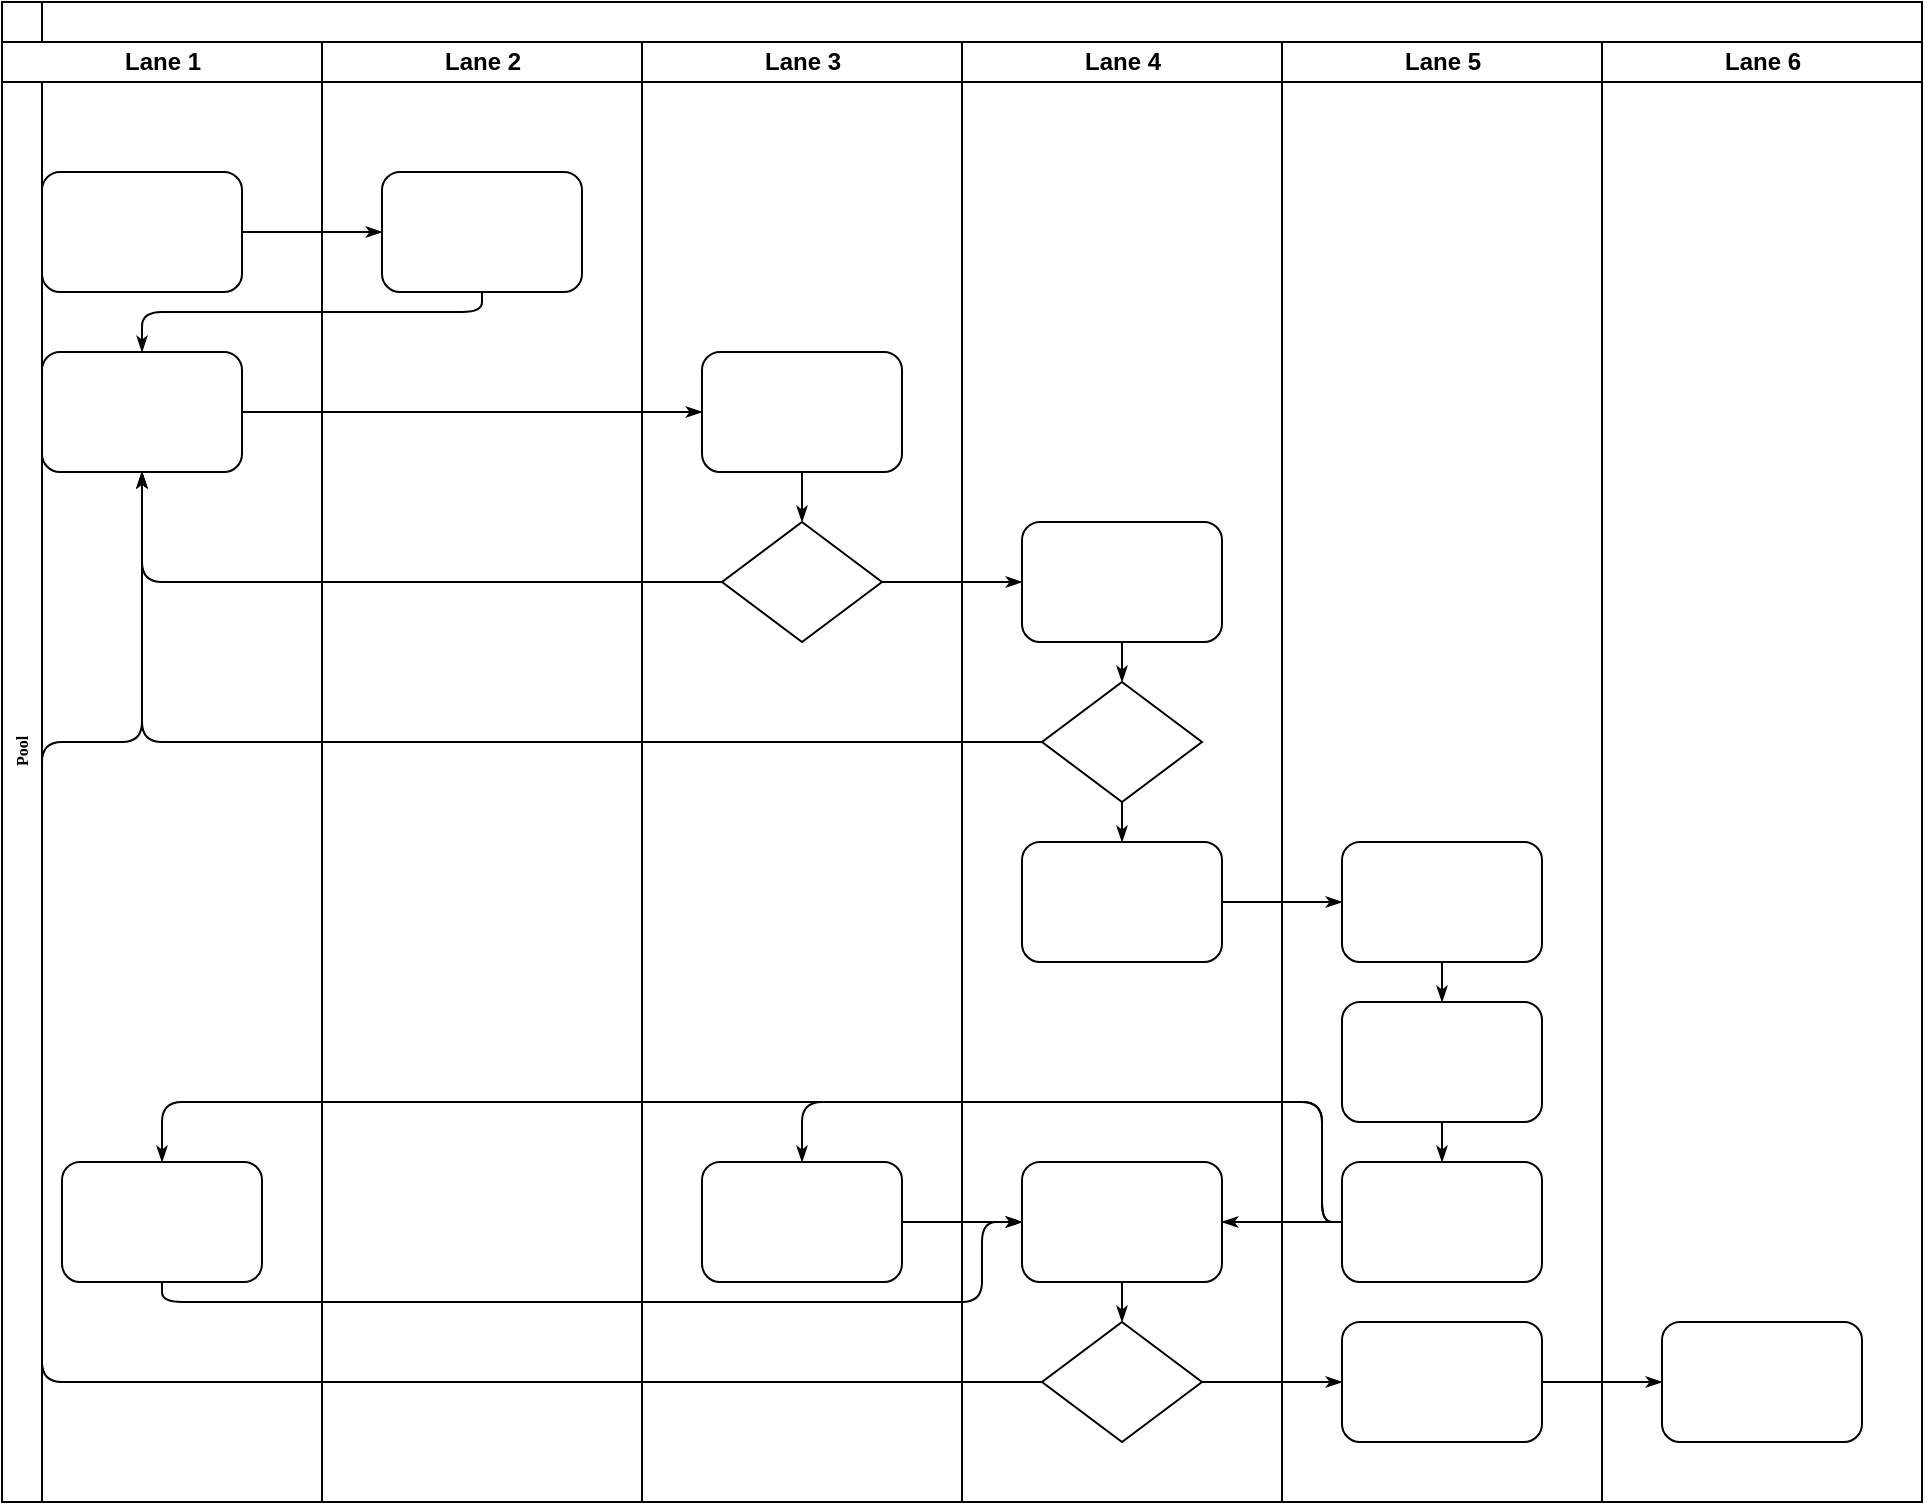
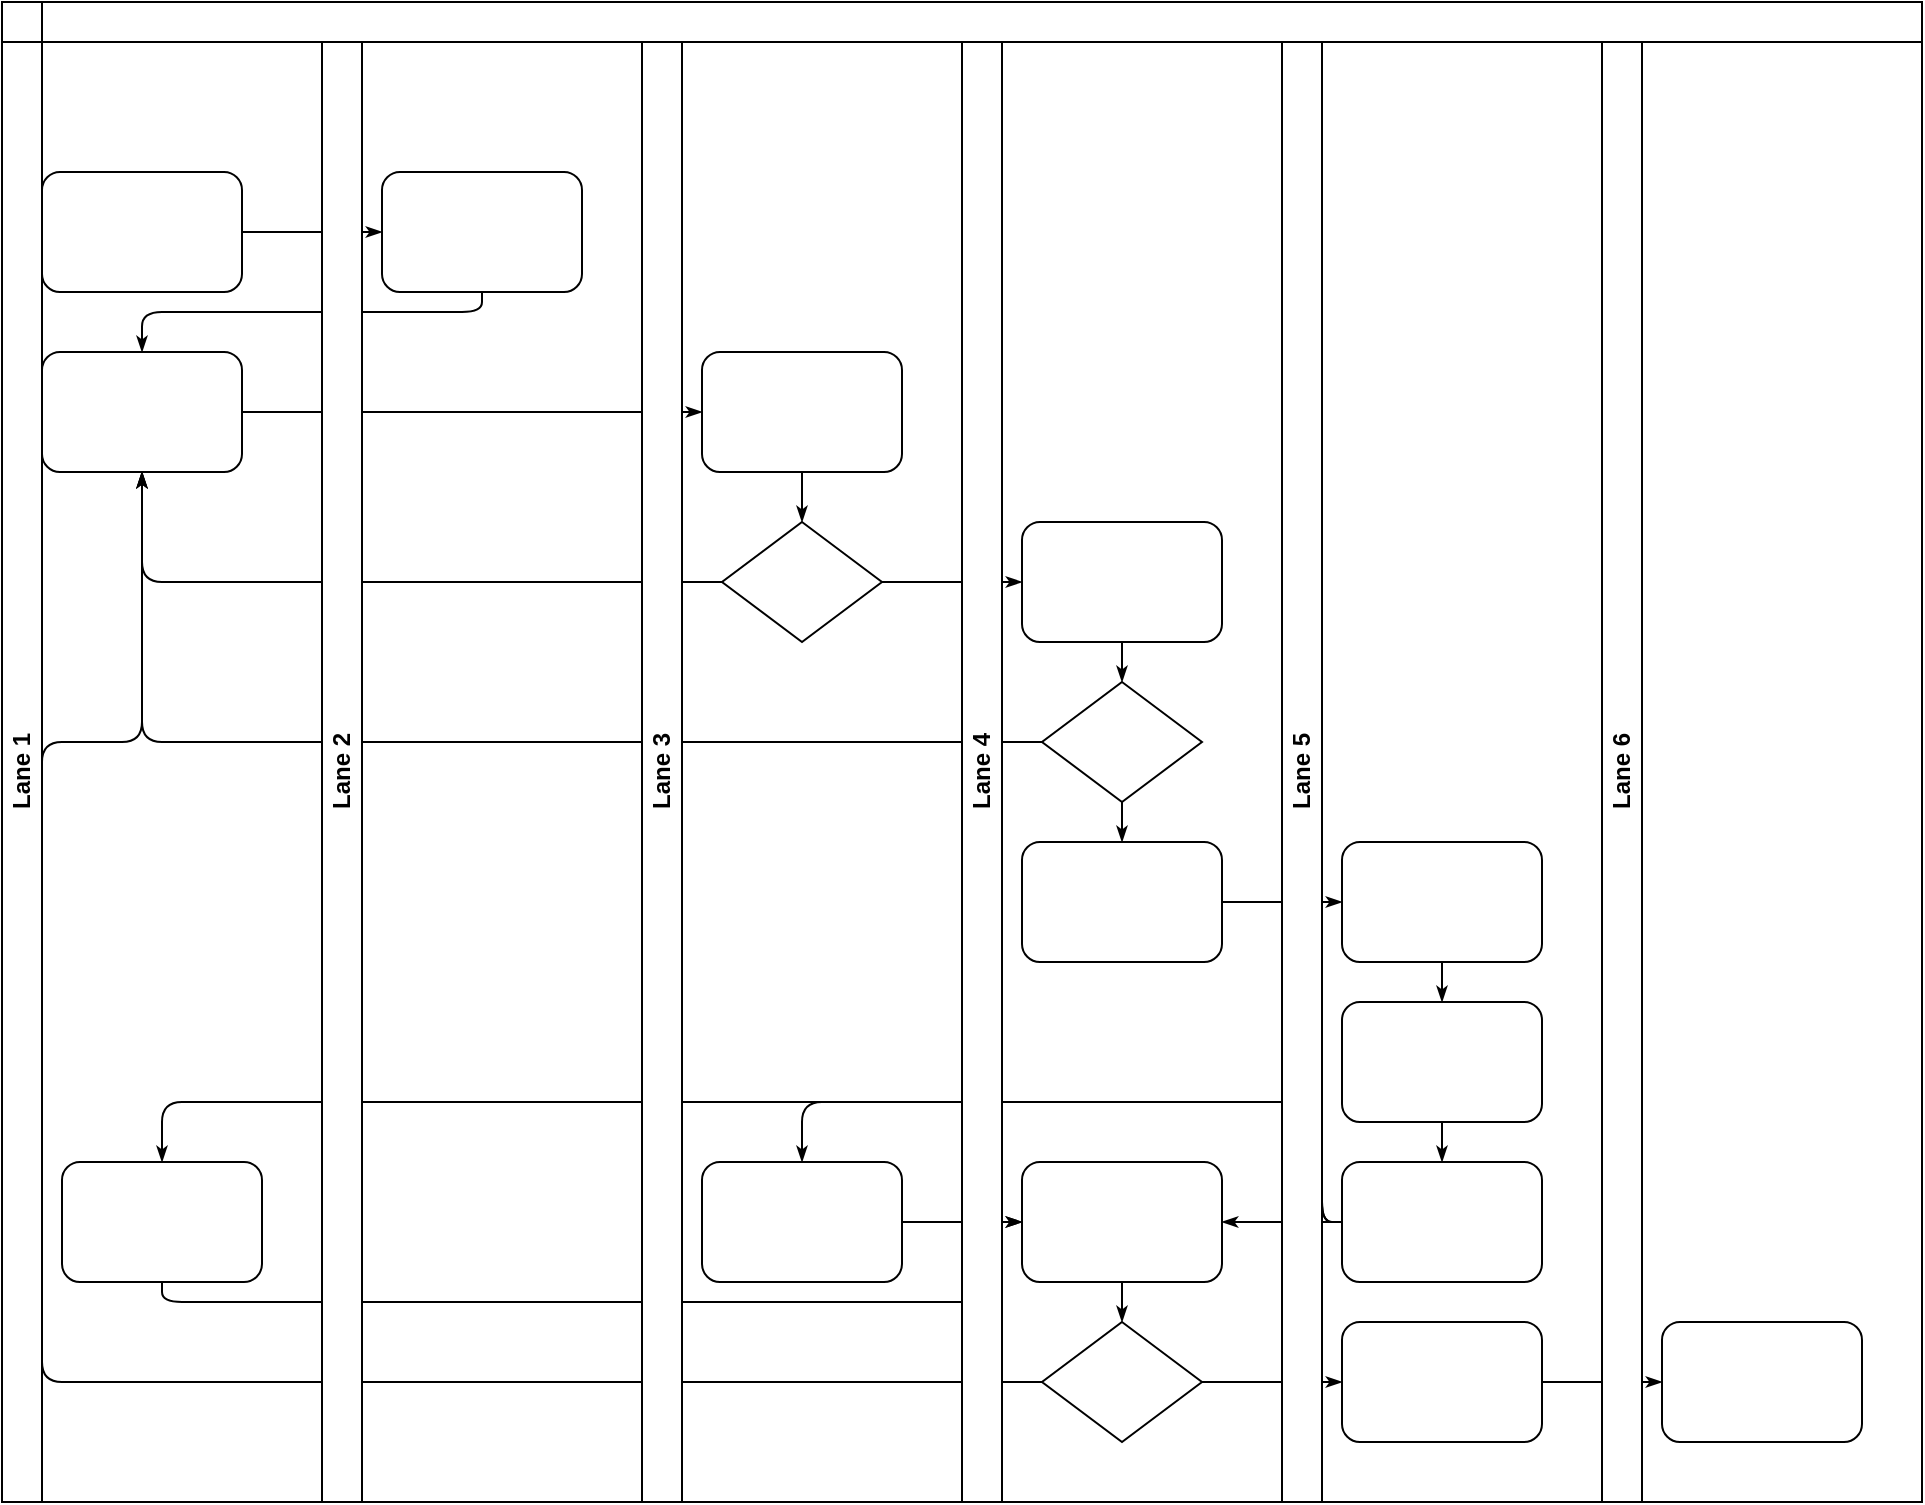
<mxfile host="localhost" modified="2021-05-13T06:26:17.307Z" agent="5.0 (Windows NT 10.0; Win64; x64) AppleWebKit/537.36 (KHTML, like Gecko) Chrome/90.0.4430.212 Safari/537.36" etag="BCXAXoKLO9oIDc7atNh_" version="@DRAWIO-VERSION@" type="device">
  <diagram name="Page-1" id="74e2e168-ea6b-b213-b513-2b3c1d86103e">
    <mxGraphModel dx="1408" dy="748" grid="1" gridSize="10" guides="1" tooltips="1" connect="1" arrows="1" fold="1" page="1" pageScale="1" pageWidth="1100" pageHeight="850" background="none" math="0" shadow="0">
      <root>
        <mxCell id="0" />
        <mxCell id="1" parent="0" />
        <mxCell id="77e6c97f196da883-1" value="Pool" style="swimlane;html=1;childLayout=stackLayout;horizontal=0;startSize=20;horizontalStack=0;rounded=0;shadow=0;labelBackgroundColor=none;strokeWidth=1;fontFamily=Verdana;fontSize=8;align=center;" parent="1" vertex="1">
          <mxGeometry x="70" y="40" width="960" height="750" as="geometry" />
        </mxCell>
-         <mxCell id="77e6c97f196da883-2" value="Lane 1" style="swimlane;html=1;startSize=20;" parent="77e6c97f196da883-1" vertex="1">
+         <mxCell id="77e6c97f196da883-2" value="Lane 1" style="swimlane;html=1;startSize=20;horizontal=0;" parent="77e6c97f196da883-1" vertex="1">
          <mxGeometry y="20" width="160" height="730" as="geometry" />
        </mxCell>
        <mxCell id="77e6c97f196da883-8" value="" style="rounded=1;whiteSpace=wrap;html=1;shadow=0;labelBackgroundColor=none;strokeWidth=1;fontFamily=Verdana;fontSize=8;align=center;" parent="77e6c97f196da883-2" vertex="1">
          <mxGeometry x="20" y="65" width="100" height="60" as="geometry" />
        </mxCell>
        <mxCell id="77e6c97f196da883-9" value="" style="rounded=1;whiteSpace=wrap;html=1;shadow=0;labelBackgroundColor=none;strokeWidth=1;fontFamily=Verdana;fontSize=8;align=center;" parent="77e6c97f196da883-2" vertex="1">
          <mxGeometry x="20" y="155" width="100" height="60" as="geometry" />
        </mxCell>
        <mxCell id="77e6c97f196da883-10" value="" style="rounded=1;whiteSpace=wrap;html=1;shadow=0;labelBackgroundColor=none;strokeWidth=1;fontFamily=Verdana;fontSize=8;align=center;" parent="77e6c97f196da883-2" vertex="1">
          <mxGeometry x="30" y="560" width="100" height="60" as="geometry" />
        </mxCell>
        <mxCell id="77e6c97f196da883-26" style="edgeStyle=orthogonalEdgeStyle;rounded=1;html=1;labelBackgroundColor=none;startArrow=none;startFill=0;startSize=5;endArrow=classicThin;endFill=1;endSize=5;jettySize=auto;orthogonalLoop=1;strokeWidth=1;fontFamily=Verdana;fontSize=8" parent="77e6c97f196da883-1" source="77e6c97f196da883-8" target="77e6c97f196da883-11" edge="1">
          <mxGeometry relative="1" as="geometry" />
        </mxCell>
        <mxCell id="77e6c97f196da883-27" style="edgeStyle=orthogonalEdgeStyle;rounded=1;html=1;labelBackgroundColor=none;startArrow=none;startFill=0;startSize=5;endArrow=classicThin;endFill=1;endSize=5;jettySize=auto;orthogonalLoop=1;strokeWidth=1;fontFamily=Verdana;fontSize=8" parent="77e6c97f196da883-1" source="77e6c97f196da883-11" target="77e6c97f196da883-9" edge="1">
          <mxGeometry relative="1" as="geometry">
            <Array as="points">
              <mxPoint x="240" y="155" />
              <mxPoint x="70" y="155" />
            </Array>
          </mxGeometry>
        </mxCell>
        <mxCell id="77e6c97f196da883-28" style="edgeStyle=orthogonalEdgeStyle;rounded=1;html=1;labelBackgroundColor=none;startArrow=none;startFill=0;startSize=5;endArrow=classicThin;endFill=1;endSize=5;jettySize=auto;orthogonalLoop=1;strokeWidth=1;fontFamily=Verdana;fontSize=8" parent="77e6c97f196da883-1" source="77e6c97f196da883-9" target="77e6c97f196da883-12" edge="1">
          <mxGeometry relative="1" as="geometry" />
        </mxCell>
        <mxCell id="77e6c97f196da883-30" style="edgeStyle=orthogonalEdgeStyle;rounded=1;html=1;labelBackgroundColor=none;startArrow=none;startFill=0;startSize=5;endArrow=classicThin;endFill=1;endSize=5;jettySize=auto;orthogonalLoop=1;strokeWidth=1;fontFamily=Verdana;fontSize=8" parent="77e6c97f196da883-1" source="77e6c97f196da883-13" target="77e6c97f196da883-9" edge="1">
          <mxGeometry relative="1" as="geometry" />
        </mxCell>
        <mxCell id="77e6c97f196da883-31" style="edgeStyle=orthogonalEdgeStyle;rounded=1;html=1;labelBackgroundColor=none;startArrow=none;startFill=0;startSize=5;endArrow=classicThin;endFill=1;endSize=5;jettySize=auto;orthogonalLoop=1;strokeWidth=1;fontFamily=Verdana;fontSize=8" parent="77e6c97f196da883-1" source="77e6c97f196da883-16" target="77e6c97f196da883-9" edge="1">
          <mxGeometry relative="1" as="geometry" />
        </mxCell>
        <mxCell id="77e6c97f196da883-32" style="edgeStyle=orthogonalEdgeStyle;rounded=1;html=1;labelBackgroundColor=none;startArrow=none;startFill=0;startSize=5;endArrow=classicThin;endFill=1;endSize=5;jettySize=auto;orthogonalLoop=1;strokeWidth=1;fontFamily=Verdana;fontSize=8" parent="77e6c97f196da883-1" source="77e6c97f196da883-20" target="77e6c97f196da883-9" edge="1">
          <mxGeometry relative="1" as="geometry">
            <Array as="points">
              <mxPoint x="20" y="690" />
              <mxPoint x="20" y="370" />
              <mxPoint x="70" y="370" />
            </Array>
          </mxGeometry>
        </mxCell>
        <mxCell id="77e6c97f196da883-33" style="edgeStyle=orthogonalEdgeStyle;rounded=1;html=1;labelBackgroundColor=none;startArrow=none;startFill=0;startSize=5;endArrow=classicThin;endFill=1;endSize=5;jettySize=auto;orthogonalLoop=1;strokeWidth=1;fontFamily=Verdana;fontSize=8" parent="77e6c97f196da883-1" source="77e6c97f196da883-13" target="77e6c97f196da883-15" edge="1">
          <mxGeometry relative="1" as="geometry" />
        </mxCell>
        <mxCell id="77e6c97f196da883-39" style="edgeStyle=orthogonalEdgeStyle;rounded=1;html=1;labelBackgroundColor=none;startArrow=none;startFill=0;startSize=5;endArrow=classicThin;endFill=1;endSize=5;jettySize=auto;orthogonalLoop=1;strokeWidth=1;fontFamily=Verdana;fontSize=8" parent="77e6c97f196da883-1" source="77e6c97f196da883-20" target="77e6c97f196da883-23" edge="1">
          <mxGeometry relative="1" as="geometry" />
        </mxCell>
        <mxCell id="77e6c97f196da883-40" style="edgeStyle=orthogonalEdgeStyle;rounded=1;html=1;labelBackgroundColor=none;startArrow=none;startFill=0;startSize=5;endArrow=classicThin;endFill=1;endSize=5;jettySize=auto;orthogonalLoop=1;strokeWidth=1;fontFamily=Verdana;fontSize=8" parent="77e6c97f196da883-1" source="77e6c97f196da883-23" target="77e6c97f196da883-24" edge="1">
          <mxGeometry relative="1" as="geometry" />
        </mxCell>
        <mxCell id="107ba76e4e335f99-1" style="edgeStyle=orthogonalEdgeStyle;rounded=1;html=1;labelBackgroundColor=none;startArrow=none;startFill=0;startSize=5;endArrow=classicThin;endFill=1;endSize=5;jettySize=auto;orthogonalLoop=1;strokeWidth=1;fontFamily=Verdana;fontSize=8" parent="77e6c97f196da883-1" source="77e6c97f196da883-17" target="77e6c97f196da883-18" edge="1">
          <mxGeometry relative="1" as="geometry" />
        </mxCell>
        <mxCell id="107ba76e4e335f99-2" style="edgeStyle=orthogonalEdgeStyle;rounded=1;html=1;labelBackgroundColor=none;startArrow=none;startFill=0;startSize=5;endArrow=classicThin;endFill=1;endSize=5;jettySize=auto;orthogonalLoop=1;strokeWidth=1;fontFamily=Verdana;fontSize=8" parent="77e6c97f196da883-1" source="77e6c97f196da883-22" target="77e6c97f196da883-14" edge="1">
          <mxGeometry relative="1" as="geometry">
            <Array as="points">
              <mxPoint x="660" y="610" />
              <mxPoint x="660" y="550" />
              <mxPoint x="400" y="550" />
            </Array>
          </mxGeometry>
        </mxCell>
        <mxCell id="107ba76e4e335f99-3" style="edgeStyle=orthogonalEdgeStyle;rounded=1;html=1;labelBackgroundColor=none;startArrow=none;startFill=0;startSize=5;endArrow=classicThin;endFill=1;endSize=5;jettySize=auto;orthogonalLoop=1;strokeColor=#000000;strokeWidth=1;fontFamily=Verdana;fontSize=8;fontColor=#000000;" parent="77e6c97f196da883-1" source="77e6c97f196da883-22" target="77e6c97f196da883-19" edge="1">
          <mxGeometry relative="1" as="geometry" />
        </mxCell>
        <mxCell id="107ba76e4e335f99-4" style="edgeStyle=orthogonalEdgeStyle;rounded=1;html=1;labelBackgroundColor=none;startArrow=none;startFill=0;startSize=5;endArrow=classicThin;endFill=1;endSize=5;jettySize=auto;orthogonalLoop=1;strokeWidth=1;fontFamily=Verdana;fontSize=8" parent="77e6c97f196da883-1" source="77e6c97f196da883-22" target="77e6c97f196da883-10" edge="1">
          <mxGeometry relative="1" as="geometry">
            <Array as="points">
              <mxPoint x="660" y="610" />
              <mxPoint x="660" y="550" />
              <mxPoint x="80" y="550" />
            </Array>
          </mxGeometry>
        </mxCell>
        <mxCell id="107ba76e4e335f99-5" style="edgeStyle=orthogonalEdgeStyle;rounded=1;html=1;labelBackgroundColor=none;startArrow=none;startFill=0;startSize=5;endArrow=classicThin;endFill=1;endSize=5;jettySize=auto;orthogonalLoop=1;strokeWidth=1;fontFamily=Verdana;fontSize=8" parent="77e6c97f196da883-1" source="77e6c97f196da883-10" target="77e6c97f196da883-19" edge="1">
          <mxGeometry relative="1" as="geometry">
            <Array as="points">
              <mxPoint x="80" y="650" />
              <mxPoint x="490" y="650" />
              <mxPoint x="490" y="610" />
            </Array>
          </mxGeometry>
        </mxCell>
        <mxCell id="107ba76e4e335f99-6" style="edgeStyle=orthogonalEdgeStyle;rounded=1;html=1;labelBackgroundColor=none;startArrow=none;startFill=0;startSize=5;endArrow=classicThin;endFill=1;endSize=5;jettySize=auto;orthogonalLoop=1;strokeWidth=1;fontFamily=Verdana;fontSize=8" parent="77e6c97f196da883-1" source="77e6c97f196da883-14" target="77e6c97f196da883-19" edge="1">
          <mxGeometry relative="1" as="geometry" />
        </mxCell>
-         <mxCell id="77e6c97f196da883-3" value="Lane 2" style="swimlane;html=1;startSize=20;" parent="77e6c97f196da883-1" vertex="1">
+         <mxCell id="77e6c97f196da883-3" value="Lane 2" style="swimlane;html=1;startSize=20;horizontal=0;" parent="77e6c97f196da883-1" vertex="1">
          <mxGeometry x="160" y="20" width="160" height="730" as="geometry" />
        </mxCell>
        <mxCell id="77e6c97f196da883-11" value="" style="rounded=1;whiteSpace=wrap;html=1;shadow=0;labelBackgroundColor=none;strokeWidth=1;fontFamily=Verdana;fontSize=8;align=center;" parent="77e6c97f196da883-3" vertex="1">
          <mxGeometry x="30" y="65" width="100" height="60" as="geometry" />
        </mxCell>
-         <mxCell id="77e6c97f196da883-4" value="Lane 3" style="swimlane;html=1;startSize=20;" parent="77e6c97f196da883-1" vertex="1">
+         <mxCell id="77e6c97f196da883-4" value="Lane 3" style="swimlane;html=1;startSize=20;horizontal=0;" parent="77e6c97f196da883-1" vertex="1">
          <mxGeometry x="320" y="20" width="160" height="730" as="geometry" />
        </mxCell>
        <mxCell id="77e6c97f196da883-12" value="" style="rounded=1;whiteSpace=wrap;html=1;shadow=0;labelBackgroundColor=none;strokeWidth=1;fontFamily=Verdana;fontSize=8;align=center;" parent="77e6c97f196da883-4" vertex="1">
          <mxGeometry x="30" y="155" width="100" height="60" as="geometry" />
        </mxCell>
        <mxCell id="77e6c97f196da883-13" value="" style="rhombus;whiteSpace=wrap;html=1;rounded=0;shadow=0;labelBackgroundColor=none;strokeWidth=1;fontFamily=Verdana;fontSize=8;align=center;" parent="77e6c97f196da883-4" vertex="1">
          <mxGeometry x="40" y="240" width="80" height="60" as="geometry" />
        </mxCell>
        <mxCell id="77e6c97f196da883-14" value="" style="rounded=1;whiteSpace=wrap;html=1;shadow=0;labelBackgroundColor=none;strokeWidth=1;fontFamily=Verdana;fontSize=8;align=center;" parent="77e6c97f196da883-4" vertex="1">
          <mxGeometry x="30" y="560" width="100" height="60" as="geometry" />
        </mxCell>
        <mxCell id="77e6c97f196da883-29" style="edgeStyle=orthogonalEdgeStyle;rounded=1;html=1;labelBackgroundColor=none;startArrow=none;startFill=0;startSize=5;endArrow=classicThin;endFill=1;endSize=5;jettySize=auto;orthogonalLoop=1;strokeWidth=1;fontFamily=Verdana;fontSize=8" parent="77e6c97f196da883-4" source="77e6c97f196da883-12" target="77e6c97f196da883-13" edge="1">
          <mxGeometry relative="1" as="geometry" />
        </mxCell>
-         <mxCell id="77e6c97f196da883-5" value="Lane 4" style="swimlane;html=1;startSize=20;" parent="77e6c97f196da883-1" vertex="1">
+         <mxCell id="77e6c97f196da883-5" value="Lane 4" style="swimlane;html=1;startSize=20;horizontal=0;" parent="77e6c97f196da883-1" vertex="1">
          <mxGeometry x="480" y="20" width="160" height="730" as="geometry" />
        </mxCell>
        <mxCell id="77e6c97f196da883-15" value="" style="rounded=1;whiteSpace=wrap;html=1;shadow=0;labelBackgroundColor=none;strokeWidth=1;fontFamily=Verdana;fontSize=8;align=center;" parent="77e6c97f196da883-5" vertex="1">
          <mxGeometry x="30" y="240" width="100" height="60" as="geometry" />
        </mxCell>
        <mxCell id="77e6c97f196da883-16" value="" style="rhombus;whiteSpace=wrap;html=1;rounded=0;shadow=0;labelBackgroundColor=none;strokeWidth=1;fontFamily=Verdana;fontSize=8;align=center;" parent="77e6c97f196da883-5" vertex="1">
          <mxGeometry x="40" y="320" width="80" height="60" as="geometry" />
        </mxCell>
        <mxCell id="77e6c97f196da883-17" value="" style="rounded=1;whiteSpace=wrap;html=1;shadow=0;labelBackgroundColor=none;strokeWidth=1;fontFamily=Verdana;fontSize=8;align=center;" parent="77e6c97f196da883-5" vertex="1">
          <mxGeometry x="30" y="400" width="100" height="60" as="geometry" />
        </mxCell>
        <mxCell id="77e6c97f196da883-19" value="" style="rounded=1;whiteSpace=wrap;html=1;shadow=0;labelBackgroundColor=none;strokeWidth=1;fontFamily=Verdana;fontSize=8;align=center;" parent="77e6c97f196da883-5" vertex="1">
          <mxGeometry x="30" y="560" width="100" height="60" as="geometry" />
        </mxCell>
        <mxCell id="77e6c97f196da883-20" value="" style="rhombus;whiteSpace=wrap;html=1;rounded=0;shadow=0;labelBackgroundColor=none;strokeWidth=1;fontFamily=Verdana;fontSize=8;align=center;" parent="77e6c97f196da883-5" vertex="1">
          <mxGeometry x="40" y="640" width="80" height="60" as="geometry" />
        </mxCell>
        <mxCell id="77e6c97f196da883-34" style="edgeStyle=orthogonalEdgeStyle;rounded=1;html=1;labelBackgroundColor=none;startArrow=none;startFill=0;startSize=5;endArrow=classicThin;endFill=1;endSize=5;jettySize=auto;orthogonalLoop=1;strokeColor=#000000;strokeWidth=1;fontFamily=Verdana;fontSize=8;fontColor=#000000;" parent="77e6c97f196da883-5" source="77e6c97f196da883-15" target="77e6c97f196da883-16" edge="1">
          <mxGeometry relative="1" as="geometry" />
        </mxCell>
        <mxCell id="77e6c97f196da883-35" style="edgeStyle=orthogonalEdgeStyle;rounded=1;html=1;labelBackgroundColor=none;startArrow=none;startFill=0;startSize=5;endArrow=classicThin;endFill=1;endSize=5;jettySize=auto;orthogonalLoop=1;strokeWidth=1;fontFamily=Verdana;fontSize=8" parent="77e6c97f196da883-5" source="77e6c97f196da883-16" target="77e6c97f196da883-17" edge="1">
          <mxGeometry relative="1" as="geometry" />
        </mxCell>
        <mxCell id="77e6c97f196da883-36" style="edgeStyle=orthogonalEdgeStyle;rounded=1;html=1;labelBackgroundColor=none;startArrow=none;startFill=0;startSize=5;endArrow=classicThin;endFill=1;endSize=5;jettySize=auto;orthogonalLoop=1;strokeWidth=1;fontFamily=Verdana;fontSize=8" parent="77e6c97f196da883-5" source="77e6c97f196da883-19" target="77e6c97f196da883-20" edge="1">
          <mxGeometry relative="1" as="geometry" />
        </mxCell>
-         <mxCell id="77e6c97f196da883-6" value="Lane 5" style="swimlane;html=1;startSize=20;" parent="77e6c97f196da883-1" vertex="1">
+         <mxCell id="77e6c97f196da883-6" value="Lane 5" style="swimlane;html=1;startSize=20;horizontal=0;" parent="77e6c97f196da883-1" vertex="1">
          <mxGeometry x="640" y="20" width="160" height="730" as="geometry" />
        </mxCell>
        <mxCell id="77e6c97f196da883-18" value="" style="rounded=1;whiteSpace=wrap;html=1;shadow=0;labelBackgroundColor=none;strokeWidth=1;fontFamily=Verdana;fontSize=8;align=center;" parent="77e6c97f196da883-6" vertex="1">
          <mxGeometry x="30" y="400" width="100" height="60" as="geometry" />
        </mxCell>
        <mxCell id="77e6c97f196da883-21" value="" style="rounded=1;whiteSpace=wrap;html=1;shadow=0;labelBackgroundColor=none;strokeWidth=1;fontFamily=Verdana;fontSize=8;align=center;" parent="77e6c97f196da883-6" vertex="1">
          <mxGeometry x="30" y="480" width="100" height="60" as="geometry" />
        </mxCell>
        <mxCell id="77e6c97f196da883-22" value="" style="rounded=1;whiteSpace=wrap;html=1;shadow=0;labelBackgroundColor=none;strokeWidth=1;fontFamily=Verdana;fontSize=8;align=center;" parent="77e6c97f196da883-6" vertex="1">
          <mxGeometry x="30" y="560" width="100" height="60" as="geometry" />
        </mxCell>
        <mxCell id="77e6c97f196da883-23" value="" style="rounded=1;whiteSpace=wrap;html=1;shadow=0;labelBackgroundColor=none;strokeWidth=1;fontFamily=Verdana;fontSize=8;align=center;" parent="77e6c97f196da883-6" vertex="1">
          <mxGeometry x="30" y="640" width="100" height="60" as="geometry" />
        </mxCell>
        <mxCell id="77e6c97f196da883-37" style="edgeStyle=orthogonalEdgeStyle;rounded=1;html=1;labelBackgroundColor=none;startArrow=none;startFill=0;startSize=5;endArrow=classicThin;endFill=1;endSize=5;jettySize=auto;orthogonalLoop=1;strokeWidth=1;fontFamily=Verdana;fontSize=8" parent="77e6c97f196da883-6" source="77e6c97f196da883-18" target="77e6c97f196da883-21" edge="1">
          <mxGeometry relative="1" as="geometry" />
        </mxCell>
        <mxCell id="77e6c97f196da883-38" style="edgeStyle=orthogonalEdgeStyle;rounded=1;html=1;labelBackgroundColor=none;startArrow=none;startFill=0;startSize=5;endArrow=classicThin;endFill=1;endSize=5;jettySize=auto;orthogonalLoop=1;strokeWidth=1;fontFamily=Verdana;fontSize=8" parent="77e6c97f196da883-6" source="77e6c97f196da883-21" target="77e6c97f196da883-22" edge="1">
          <mxGeometry relative="1" as="geometry" />
        </mxCell>
-         <mxCell id="77e6c97f196da883-7" value="Lane 6" style="swimlane;html=1;startSize=20;" parent="77e6c97f196da883-1" vertex="1">
+         <mxCell id="77e6c97f196da883-7" value="Lane 6" style="swimlane;html=1;startSize=20;horizontal=0;" parent="77e6c97f196da883-1" vertex="1">
          <mxGeometry x="800" y="20" width="160" height="730" as="geometry" />
        </mxCell>
        <mxCell id="77e6c97f196da883-24" value="" style="rounded=1;whiteSpace=wrap;html=1;shadow=0;labelBackgroundColor=none;strokeWidth=1;fontFamily=Verdana;fontSize=8;align=center;" parent="77e6c97f196da883-7" vertex="1">
          <mxGeometry x="30" y="640" width="100" height="60" as="geometry" />
        </mxCell>
      </root>
    </mxGraphModel>
  </diagram>
</mxfile>
